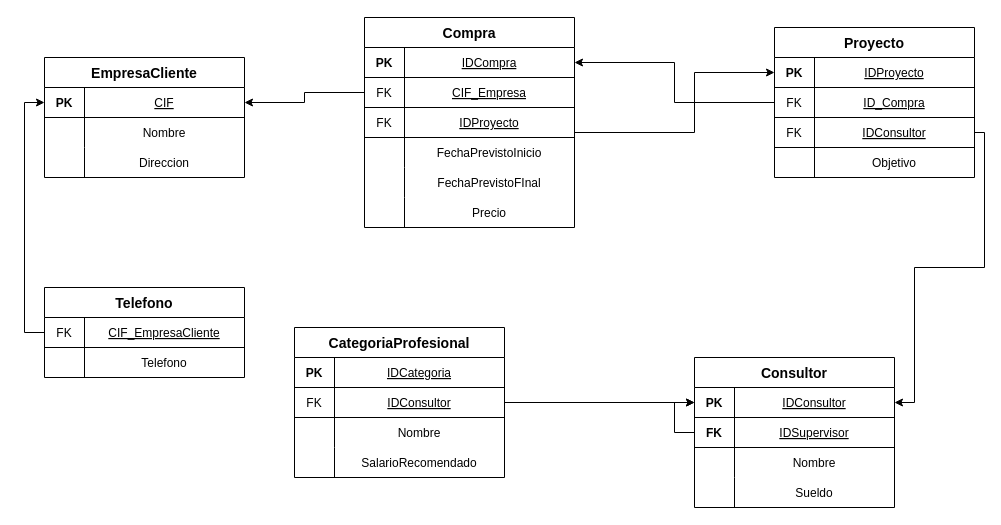
Earlier version of the draw.io diagram EJERCICIO2-MER.drawio (Jose-An608/BASE_DATOS_1). Source tidied: cells renumbered, new cells numbered last; positions are measured from the earlier drawing's top-left corner, leaving out a move shared by most shapes. Both pictures are drawn from the tidied source at 100%, with x=0, y=0 at pixel (44, 17).
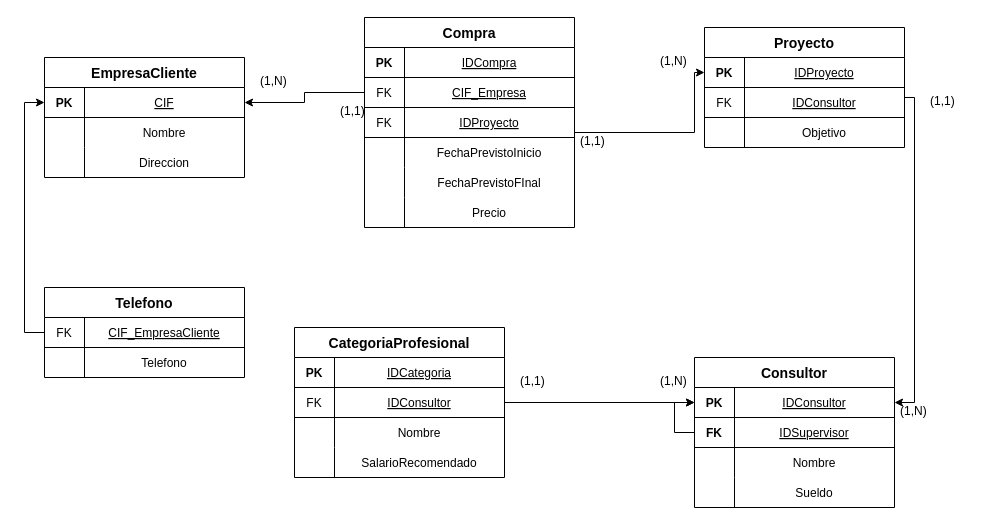
Above is the later version.

The change refers to these unchanged cells:
```xml
<mxCell id="20" style="shape=tableRow;horizontal=0;startSize=0;swimlaneHead=0;swimlaneBody=0;fillColor=none;points=[[0,0.5],[1,0.5]];portConstraint=eastwest;fontSize=12;top=0;left=0;right=0;bottom=1;" parent="19" vertex="1">
  <mxGeometry y="30" width="210" height="30" as="geometry" />
</mxCell>
<mxCell id="65" style="shape=tableRow;horizontal=0;startSize=0;swimlaneHead=0;swimlaneBody=0;fillColor=none;points=[[0,0.5],[1,0.5]];portConstraint=eastwest;fontSize=12;top=0;left=0;right=0;bottom=1;" parent="64" vertex="1">
  <mxGeometry y="30" width="200" height="30" as="geometry" />
</mxCell>
```

Change to the diagram source:
```diff
@@
     <mxCell id="38" value="Proyecto" style="shape=table;startSize=30;childLayout=tableLayout;rowLines=0;fontStyle=1;align=center;fontSize=14;" parent="1" vertex="1">
-      <mxGeometry x="730" y="10" width="200" height="150" as="geometry" />
+      <mxGeometry x="660" y="10" width="200" height="120" as="geometry" />
     </mxCell>
@@
-    <mxCell id="42" style="shape=tableRow;horizontal=0;startSize=0;swimlaneHead=0;swimlaneBody=0;fillColor=none;points=[[0,0.5],[1,0.5]];portConstraint=eastwest;fontSize=12;top=0;left=0;right=0;bottom=1;" parent="38" vertex="1">
-      <mxGeometry y="60" width="200" height="30" as="geometry" />
-    </mxCell>
-    <mxCell id="43" value="FK" style="shape=partialRectangle;fillColor=none;top=0;left=0;bottom=0;right=0;fontStyle=0;overflow=hidden;" parent="42" vertex="1">
-      <mxGeometry width="40" height="30" as="geometry" />
-    </mxCell>
-    <mxCell id="44" value="ID_Compra" style="shape=partialRectangle;fillColor=none;top=0;left=0;bottom=0;right=0;overflow=hidden;fontStyle=4;" parent="42" vertex="1">
-      <mxGeometry x="40" width="160" height="30" as="geometry" />
-    </mxCell>
     <mxCell id="45" style="shape=tableRow;horizontal=0;startSize=0;swimlaneHead=0;swimlaneBody=0;fillColor=none;points=[[0,0.5],[1,0.5]];portConstraint=eastwest;fontSize=12;top=0;left=0;right=0;bottom=1;" parent="38" vertex="1">
-      <mxGeometry y="90" width="200" height="30" as="geometry" />
+      <mxGeometry y="60" width="200" height="30" as="geometry" />
     </mxCell>
@@
     <mxCell id="48" style="shape=tableRow;horizontal=0;startSize=0;swimlaneHead=0;swimlaneBody=0;fillColor=none;fontSize=12;top=0;left=0;right=0;bottom=0;" parent="38" vertex="1">
-      <mxGeometry y="120" width="200" height="30" as="geometry" />
+      <mxGeometry y="90" width="200" height="30" as="geometry" />
     </mxCell>
@@
-    <mxCell id="81" style="edgeStyle=orthogonalEdgeStyle;rounded=0;jettySize=auto;html=1;exitX=0;exitY=0.5;exitDx=0;exitDy=0;entryX=1;entryY=0.5;entryDx=0;entryDy=0;" parent="1" edge="1" source="42" target="20">
-      <mxGeometry relative="1" as="geometry" />
-    </mxCell>
@@
     <mxCell id="83" style="edgeStyle=orthogonalEdgeStyle;rounded=0;jettySize=auto;html=1;entryX=1;entryY=0.5;entryDx=0;entryDy=0;" parent="1" edge="1" source="45" target="65">
       <mxGeometry relative="1" as="geometry">
         <Array as="points">
-          <mxPoint x="940" y="115" />
-          <mxPoint x="940" y="250" />
-          <mxPoint x="870" y="250" />
+          <mxPoint x="870" y="80" />
           <mxPoint x="870" y="385" />
         </Array>
       </mxGeometry>
     </mxCell>
+    <mxCell id="84" value="(1,N)" style="text;strokeColor=none;fillColor=none;spacingLeft=4;spacingRight=4;overflow=hidden;fontSize=12;whiteSpace=wrap;html=1;" parent="1" vertex="1">
+      <mxGeometry x="610" y="30" width="40" height="30" as="geometry" />
+    </mxCell>
+    <mxCell id="85" value="(1,N)" style="text;strokeColor=none;fillColor=none;spacingLeft=4;spacingRight=4;overflow=hidden;fontSize=12;whiteSpace=wrap;html=1;" parent="1" vertex="1">
+      <mxGeometry x="210" y="50" width="40" height="30" as="geometry" />
+    </mxCell>
+    <mxCell id="86" value="(1,N)" style="text;strokeColor=none;fillColor=none;spacingLeft=4;spacingRight=4;overflow=hidden;fontSize=12;whiteSpace=wrap;html=1;" parent="1" vertex="1">
+      <mxGeometry x="850" y="380" width="40" height="30" as="geometry" />
+    </mxCell>
+    <mxCell id="87" value="(1,N)" style="text;strokeColor=none;fillColor=none;spacingLeft=4;spacingRight=4;overflow=hidden;fontSize=12;whiteSpace=wrap;html=1;" parent="1" vertex="1">
+      <mxGeometry x="610" y="350" width="40" height="30" as="geometry" />
+    </mxCell>
+    <mxCell id="88" value="(1,1)" style="text;strokeColor=none;fillColor=none;spacingLeft=4;spacingRight=4;overflow=hidden;fontSize=12;whiteSpace=wrap;html=1;" parent="1" vertex="1">
+      <mxGeometry x="290" y="80" width="40" height="30" as="geometry" />
+    </mxCell>
+    <mxCell id="89" value="(1,1)" style="text;strokeColor=none;fillColor=none;spacingLeft=4;spacingRight=4;overflow=hidden;fontSize=12;whiteSpace=wrap;html=1;" parent="1" vertex="1">
+      <mxGeometry x="530" y="110" width="40" height="30" as="geometry" />
+    </mxCell>
+    <mxCell id="90" value="(1,1)" style="text;strokeColor=none;fillColor=none;spacingLeft=4;spacingRight=4;overflow=hidden;fontSize=12;whiteSpace=wrap;html=1;" parent="1" vertex="1">
+      <mxGeometry x="470" y="350" width="40" height="30" as="geometry" />
+    </mxCell>
+    <mxCell id="91" value="(1,1)" style="text;strokeColor=none;fillColor=none;spacingLeft=4;spacingRight=4;overflow=hidden;fontSize=12;whiteSpace=wrap;html=1;" parent="1" vertex="1">
+      <mxGeometry x="880" y="70" width="40" height="30" as="geometry" />
+    </mxCell>
```
